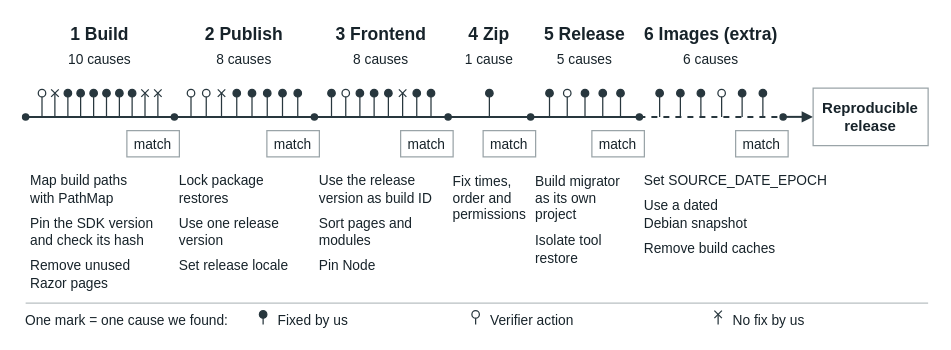
Before: 1-ws-pems/figures/rq1-journey.drawio in leosakharoff/dotnet-rebuild-experiments, a draw.io diagram. Source tidied: cells renumbered, new cells numbered last; positions are measured from the earlier drawing's top-left corner, leaving out a move shared by most shapes. Both pictures are drawn from the tidied source at 125%, with x=0, y=0 at pixel (22, 21).
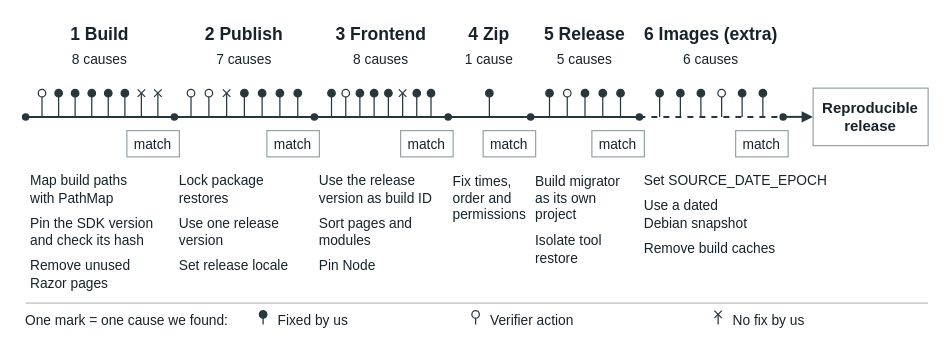
The same page after the edit.

Commit message (it also covers changes not shown here):
Findings audit: 35 causes, three merged, observed vs inspection

The edit, as a diff of the source:
```diff
@@
-    <mxCell id="3" value="10 causes" style="html=1;whiteSpace=wrap;align=center;verticalAlign=middle;fontFamily=Helvetica;fontColor=#17232a;fontSize=11;fillColor=none;strokeColor=none;spacing=0;" parent="1" vertex="1">
+    <mxCell id="3" value="8 causes" style="html=1;whiteSpace=wrap;align=center;verticalAlign=middle;fontFamily=Helvetica;fontColor=#17232a;fontSize=11;fillColor=none;strokeColor=none;spacing=0;" parent="1" vertex="1">
       <mxGeometry x="2" y="22" width="119" height="16" as="geometry" />
     </mxCell>
@@
-    <mxCell id="7" style="html=1;edgeStyle=none;rounded=0;strokeColor=#28373e;strokeWidth=1;endArrow=none;endFill=1;endSize=5;" parent="1" edge="1">
-      <mxGeometry relative="1" as="geometry">
-        <mxPoint x="25.4" y="76" as="sourcePoint" />
-        <mxPoint x="25.4" y="57" as="targetPoint" />
-      </mxGeometry>
-    </mxCell>
-    <mxCell id="8" style="html=1;edgeStyle=none;rounded=0;strokeColor=#28373e;strokeWidth=1;endArrow=none;endFill=1;endSize=5;" parent="1" edge="1">
-      <mxGeometry relative="1" as="geometry">
-        <mxPoint x="22.4" y="54" as="sourcePoint" />
-        <mxPoint x="28.5" y="60" as="targetPoint" />
-      </mxGeometry>
-    </mxCell>
-    <mxCell id="9" style="html=1;edgeStyle=none;rounded=0;strokeColor=#28373e;strokeWidth=1;endArrow=none;endFill=1;endSize=5;" parent="1" edge="1">
-      <mxGeometry relative="1" as="geometry">
-        <mxPoint x="22.4" y="60" as="sourcePoint" />
-        <mxPoint x="28.5" y="54" as="targetPoint" />
-      </mxGeometry>
-    </mxCell>
-    <mxCell id="10" style="html=1;edgeStyle=none;rounded=0;strokeColor=#28373e;strokeWidth=1;endArrow=none;endFill=1;endSize=5;" parent="1" edge="1">
-      <mxGeometry relative="1" as="geometry">
-        <mxPoint x="35.8" y="76" as="sourcePoint" />
-        <mxPoint x="35.8" y="57" as="targetPoint" />
-      </mxGeometry>
-    </mxCell>
-    <mxCell id="11" style="shape=ellipse;strokeColor=#28373e;fillColor=#28373e;strokeWidth=1;" parent="1" vertex="1">
-      <mxGeometry x="32.8" y="54" width="6" height="6" as="geometry" />
-    </mxCell>
     <mxCell id="12" style="html=1;edgeStyle=none;rounded=0;strokeColor=#28373e;strokeWidth=1;endArrow=none;endFill=1;endSize=5;" parent="1" edge="1">
       <mxGeometry relative="1" as="geometry">
-        <mxPoint x="46" y="76" as="sourcePoint" />
-        <mxPoint x="46" y="57" as="targetPoint" />
+        <mxPoint x="28.4" y="76" as="sourcePoint" />
+        <mxPoint x="28.4" y="57" as="targetPoint" />
       </mxGeometry>
     </mxCell>
     <mxCell id="13" style="shape=ellipse;strokeColor=#28373e;fillColor=#28373e;strokeWidth=1;" parent="1" vertex="1">
-      <mxGeometry x="43" y="54" width="6" height="6" as="geometry" />
+      <mxGeometry x="25.4" y="54" width="6" height="6" as="geometry" />
     </mxCell>
     <mxCell id="14" style="html=1;edgeStyle=none;rounded=0;strokeColor=#28373e;strokeWidth=1;endArrow=none;endFill=1;endSize=5;" parent="1" edge="1">
       <mxGeometry relative="1" as="geometry">
-        <mxPoint x="56.4" y="76" as="sourcePoint" />
-        <mxPoint x="56.4" y="57" as="targetPoint" />
+        <mxPoint x="41.6" y="76" as="sourcePoint" />
+        <mxPoint x="41.6" y="57" as="targetPoint" />
       </mxGeometry>
     </mxCell>
     <mxCell id="15" style="shape=ellipse;strokeColor=#28373e;fillColor=#28373e;strokeWidth=1;" parent="1" vertex="1">
-      <mxGeometry x="53.4" y="54" width="6" height="6" as="geometry" />
+      <mxGeometry x="38.6" y="54" width="6" height="6" as="geometry" />
     </mxCell>
     <mxCell id="16" style="html=1;edgeStyle=none;rounded=0;strokeColor=#28373e;strokeWidth=1;endArrow=none;endFill=1;endSize=5;" parent="1" edge="1">
       <mxGeometry relative="1" as="geometry">
-        <mxPoint x="66.7" y="76" as="sourcePoint" />
-        <mxPoint x="66.7" y="57" as="targetPoint" />
+        <mxPoint x="54.9" y="76" as="sourcePoint" />
+        <mxPoint x="54.9" y="57" as="targetPoint" />
       </mxGeometry>
     </mxCell>
     <mxCell id="17" style="shape=ellipse;strokeColor=#28373e;fillColor=#28373e;strokeWidth=1;" parent="1" vertex="1">
-      <mxGeometry x="63.7" y="54" width="6" height="6" as="geometry" />
+      <mxGeometry x="51.9" y="54" width="6" height="6" as="geometry" />
     </mxCell>
     <mxCell id="18" style="html=1;edgeStyle=none;rounded=0;strokeColor=#28373e;strokeWidth=1;endArrow=none;endFill=1;endSize=5;" parent="1" edge="1">
       <mxGeometry relative="1" as="geometry">
-        <mxPoint x="77" y="76" as="sourcePoint" />
-        <mxPoint x="77" y="57" as="targetPoint" />
+        <mxPoint x="68.1" y="76" as="sourcePoint" />
+        <mxPoint x="68.1" y="57" as="targetPoint" />
       </mxGeometry>
     </mxCell>
     <mxCell id="19" style="shape=ellipse;strokeColor=#28373e;fillColor=#28373e;strokeWidth=1;" parent="1" vertex="1">
-      <mxGeometry x="74" y="54" width="6" height="6" as="geometry" />
+      <mxGeometry x="65.1" y="54" width="6" height="6" as="geometry" />
     </mxCell>
     <mxCell id="20" style="html=1;edgeStyle=none;rounded=0;strokeColor=#28373e;strokeWidth=1;endArrow=none;endFill=1;endSize=5;" parent="1" edge="1">
       <mxGeometry relative="1" as="geometry">
-        <mxPoint x="87.2" y="76" as="sourcePoint" />
-        <mxPoint x="87.2" y="57" as="targetPoint" />
+        <mxPoint x="81.4" y="76" as="sourcePoint" />
+        <mxPoint x="81.4" y="57" as="targetPoint" />
       </mxGeometry>
     </mxCell>
     <mxCell id="21" style="shape=ellipse;strokeColor=#28373e;fillColor=#28373e;strokeWidth=1;" parent="1" vertex="1">
-      <mxGeometry x="84.2" y="54" width="6" height="6" as="geometry" />
+      <mxGeometry x="78.4" y="54" width="6" height="6" as="geometry" />
     </mxCell>
     <mxCell id="22" style="html=1;edgeStyle=none;rounded=0;strokeColor=#28373e;strokeWidth=1;endArrow=none;endFill=1;endSize=5;" parent="1" edge="1">
       <mxGeometry relative="1" as="geometry">
-        <mxPoint x="97.5" y="76" as="sourcePoint" />
-        <mxPoint x="97.5" y="57" as="targetPoint" />
+        <mxPoint x="94.6" y="76" as="sourcePoint" />
+        <mxPoint x="94.6" y="57" as="targetPoint" />
       </mxGeometry>
     </mxCell>
     <mxCell id="23" style="html=1;edgeStyle=none;rounded=0;strokeColor=#28373e;strokeWidth=1;endArrow=none;endFill=1;endSize=5;" parent="1" edge="1">
       <mxGeometry relative="1" as="geometry">
-        <mxPoint x="94.5" y="54" as="sourcePoint" />
-        <mxPoint x="100.5" y="60" as="targetPoint" />
+        <mxPoint x="91.6" y="54" as="sourcePoint" />
+        <mxPoint x="97.6" y="60" as="targetPoint" />
       </mxGeometry>
     </mxCell>
     <mxCell id="24" style="html=1;edgeStyle=none;rounded=0;strokeColor=#28373e;strokeWidth=1;endArrow=none;endFill=1;endSize=5;" parent="1" edge="1">
       <mxGeometry relative="1" as="geometry">
-        <mxPoint x="94.5" y="60" as="sourcePoint" />
-        <mxPoint x="100.5" y="54" as="targetPoint" />
+        <mxPoint x="91.6" y="60" as="sourcePoint" />
+        <mxPoint x="97.6" y="54" as="targetPoint" />
       </mxGeometry>
     </mxCell>
@@
-    <mxCell id="33" value="8 causes" style="html=1;whiteSpace=wrap;align=center;verticalAlign=middle;fontFamily=Helvetica;fontColor=#17232a;fontSize=11;fillColor=none;strokeColor=none;spacing=0;" parent="1" vertex="1">
+    <mxCell id="33" value="7 causes" style="html=1;whiteSpace=wrap;align=center;verticalAlign=middle;fontFamily=Helvetica;fontColor=#17232a;fontSize=11;fillColor=none;strokeColor=none;spacing=0;" parent="1" vertex="1">
       <mxGeometry x="121" y="22" width="112" height="16" as="geometry" />
     </mxCell>
@@
     <mxCell id="37" style="html=1;edgeStyle=none;rounded=0;strokeColor=#28373e;strokeWidth=1;endArrow=none;endFill=1;endSize=5;" parent="1" edge="1">
       <mxGeometry relative="1" as="geometry">
-        <mxPoint x="146.5" y="76" as="sourcePoint" />
-        <mxPoint x="146.5" y="57" as="targetPoint" />
+        <mxPoint x="148.6" y="76" as="sourcePoint" />
+        <mxPoint x="148.6" y="57" as="targetPoint" />
       </mxGeometry>
     </mxCell>
     <mxCell id="38" style="shape=ellipse;strokeColor=#28373e;fillColor=#ffffff;strokeWidth=1;" parent="1" vertex="1">
-      <mxGeometry x="143.5" y="54" width="6" height="6" as="geometry" />
+      <mxGeometry x="145.6" y="54" width="6" height="6" as="geometry" />
     </mxCell>
     <mxCell id="39" style="html=1;edgeStyle=none;rounded=0;strokeColor=#28373e;strokeWidth=1;endArrow=none;endFill=1;endSize=5;" parent="1" edge="1">
       <mxGeometry relative="1" as="geometry">
-        <mxPoint x="158.7" y="76" as="sourcePoint" />
-        <mxPoint x="158.7" y="57" as="targetPoint" />
+        <mxPoint x="162.8" y="76" as="sourcePoint" />
+        <mxPoint x="162.8" y="57" as="targetPoint" />
       </mxGeometry>
     </mxCell>
     <mxCell id="40" style="html=1;edgeStyle=none;rounded=0;strokeColor=#28373e;strokeWidth=1;endArrow=none;endFill=1;endSize=5;" parent="1" edge="1">
       <mxGeometry relative="1" as="geometry">
-        <mxPoint x="155.7" y="54" as="sourcePoint" />
-        <mxPoint x="161.7" y="60" as="targetPoint" />
+        <mxPoint x="159.8" y="54" as="sourcePoint" />
+        <mxPoint x="165.8" y="60" as="targetPoint" />
       </mxGeometry>
     </mxCell>
     <mxCell id="41" style="html=1;edgeStyle=none;rounded=0;strokeColor=#28373e;strokeWidth=1;endArrow=none;endFill=1;endSize=5;" parent="1" edge="1">
       <mxGeometry relative="1" as="geometry">
-        <mxPoint x="155.7" y="60" as="sourcePoint" />
-        <mxPoint x="161.7" y="54" as="targetPoint" />
+        <mxPoint x="159.8" y="60" as="sourcePoint" />
+        <mxPoint x="165.8" y="54" as="targetPoint" />
       </mxGeometry>
     </mxCell>
     <mxCell id="42" style="html=1;edgeStyle=none;rounded=0;strokeColor=#28373e;strokeWidth=1;endArrow=none;endFill=1;endSize=5;" parent="1" edge="1">
       <mxGeometry relative="1" as="geometry">
-        <mxPoint x="170.9" y="76" as="sourcePoint" />
-        <mxPoint x="170.9" y="57" as="targetPoint" />
+        <mxPoint x="177" y="76" as="sourcePoint" />
+        <mxPoint x="177" y="57" as="targetPoint" />
       </mxGeometry>
     </mxCell>
     <mxCell id="43" style="shape=ellipse;strokeColor=#28373e;fillColor=#28373e;strokeWidth=1;" parent="1" vertex="1">
-      <mxGeometry x="167.9" y="54" width="6" height="6" as="geometry" />
+      <mxGeometry x="174" y="54" width="6" height="6" as="geometry" />
     </mxCell>
     <mxCell id="44" style="html=1;edgeStyle=none;rounded=0;strokeColor=#28373e;strokeWidth=1;endArrow=none;endFill=1;endSize=5;" parent="1" edge="1">
       <mxGeometry relative="1" as="geometry">
-        <mxPoint x="183.1" y="76" as="sourcePoint" />
-        <mxPoint x="183.1" y="57" as="targetPoint" />
+        <mxPoint x="191.2" y="76" as="sourcePoint" />
+        <mxPoint x="191.2" y="57" as="targetPoint" />
       </mxGeometry>
     </mxCell>
     <mxCell id="45" style="shape=ellipse;strokeColor=#28373e;fillColor=#28373e;strokeWidth=1;" parent="1" vertex="1">
-      <mxGeometry x="180.1" y="54" width="6" height="6" as="geometry" />
+      <mxGeometry x="188.2" y="54" width="6" height="6" as="geometry" />
     </mxCell>
-    <mxCell id="46" style="html=1;edgeStyle=none;rounded=0;strokeColor=#28373e;strokeWidth=1;endArrow=none;endFill=1;endSize=5;" parent="1" edge="1">
-      <mxGeometry relative="1" as="geometry">
-        <mxPoint x="195.3" y="76" as="sourcePoint" />
-        <mxPoint x="195.3" y="57" as="targetPoint" />
-      </mxGeometry>
-    </mxCell>
-    <mxCell id="47" style="shape=ellipse;strokeColor=#28373e;fillColor=#28373e;strokeWidth=1;" parent="1" vertex="1">
-      <mxGeometry x="192.3" y="54" width="6" height="6" as="geometry" />
-    </mxCell>
     <mxCell id="48" style="html=1;edgeStyle=none;rounded=0;strokeColor=#28373e;strokeWidth=1;endArrow=none;endFill=1;endSize=5;" parent="1" edge="1">
       <mxGeometry relative="1" as="geometry">
-        <mxPoint x="207.5" y="76" as="sourcePoint" />
-        <mxPoint x="207.5" y="57" as="targetPoint" />
+        <mxPoint x="205.4" y="76" as="sourcePoint" />
+        <mxPoint x="205.4" y="57" as="targetPoint" />
       </mxGeometry>
     </mxCell>
     <mxCell id="49" style="shape=ellipse;strokeColor=#28373e;fillColor=#28373e;strokeWidth=1;" parent="1" vertex="1">
-      <mxGeometry x="204.5" y="54" width="6" height="6" as="geometry" />
+      <mxGeometry x="202.4" y="54" width="6" height="6" as="geometry" />
     </mxCell>
```
